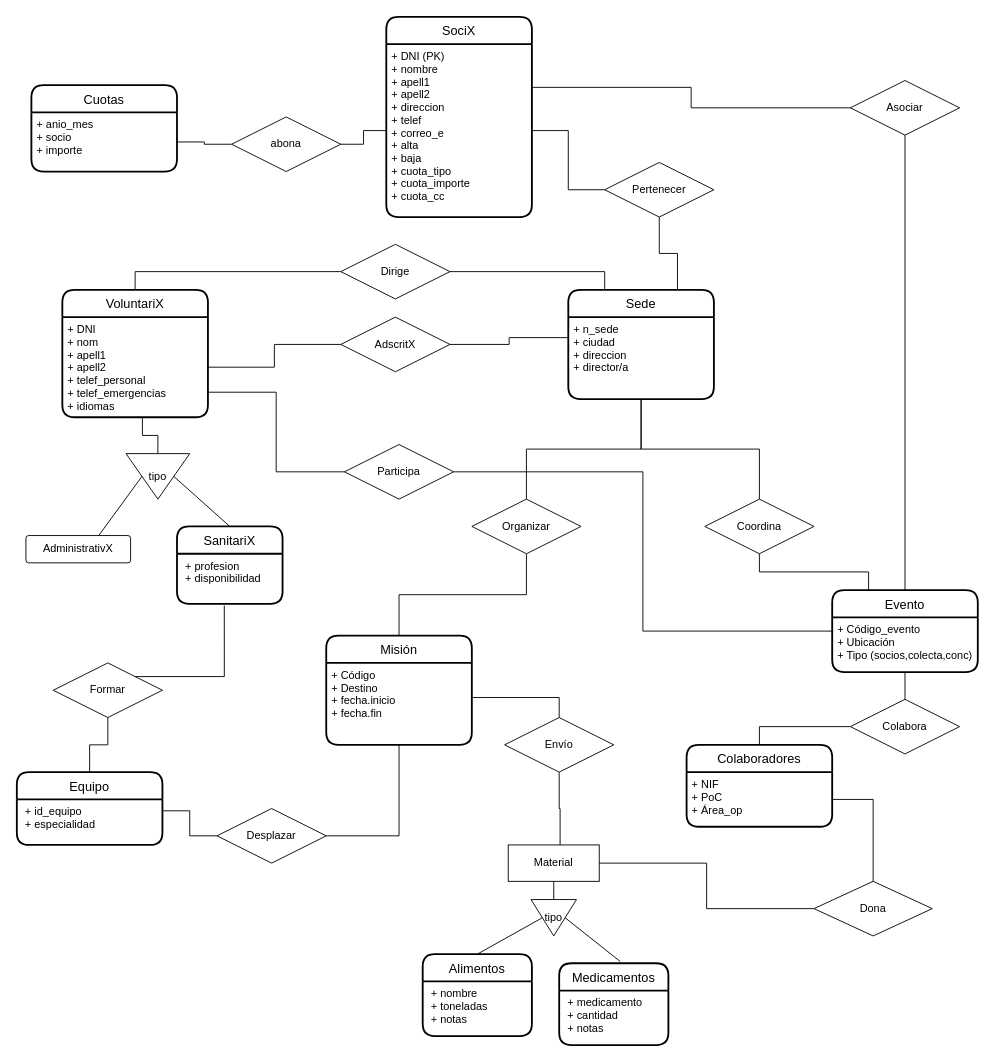
gonzaleztroyano/ASIR2-ASGBD-P1 keeps this draw.io diagram as ASIR2.ASGBD.P1.ER.PabloGonzález.drawio. Above is the earlier version. Source tidied: cells renumbered, new cells numbered last; positions are measured from the earlier drawing's top-left corner, leaving out a move shared by most shapes. Both pictures are drawn from the tidied source at 91%, with x=0, y=0 at pixel (16, 16).
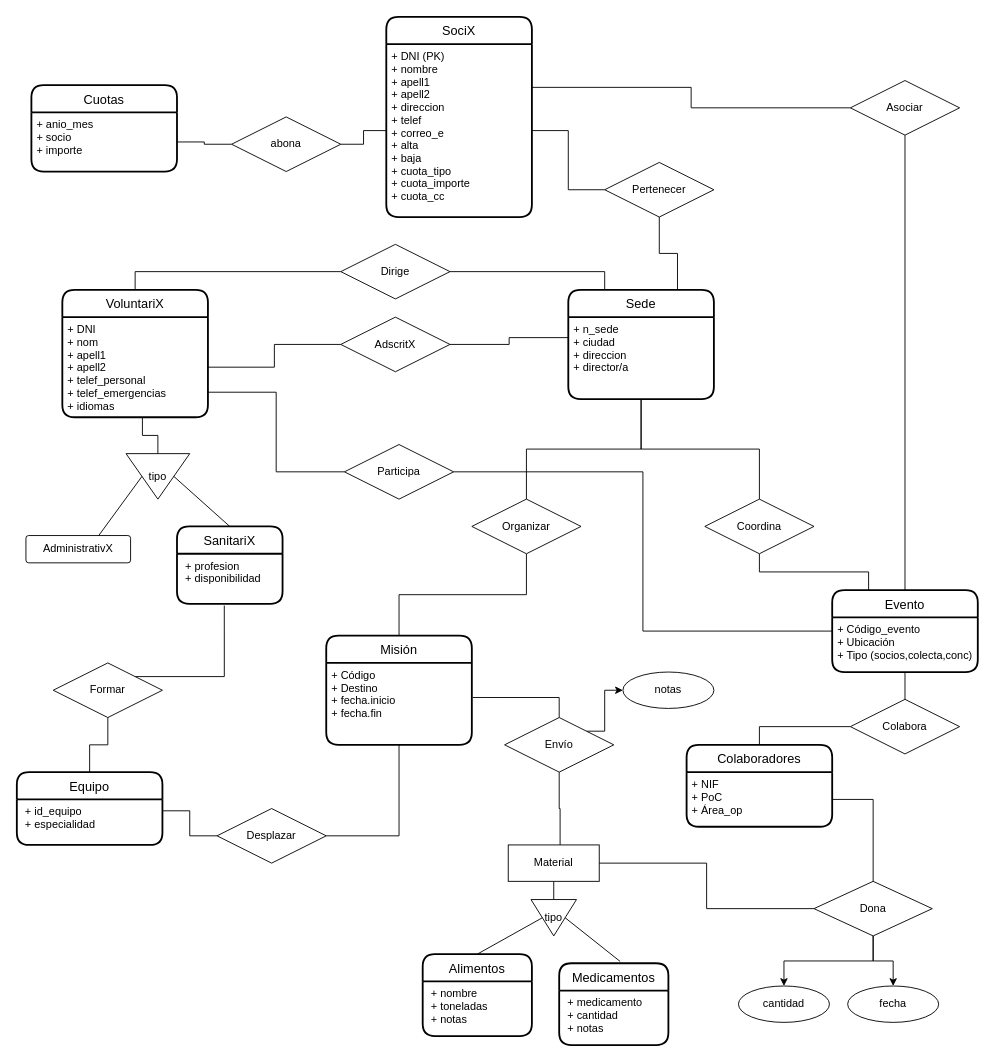
The same page after the edit.

Unchanged cells that the change refers to:
```xml
<mxCell id="30" value="Envío" style="shape=rhombus;perimeter=rhombusPerimeter;whiteSpace=wrap;html=1;align=center;" parent="1" vertex="1">
  <mxGeometry x="536" y="770" width="120" height="60" as="geometry" />
</mxCell>
<mxCell id="70" value="Dona" style="shape=rhombus;perimeter=rhombusPerimeter;whiteSpace=wrap;html=1;align=center;" parent="1" vertex="1">
  <mxGeometry x="876" y="950" width="130" height="60" as="geometry" />
</mxCell>
```

What changed in the source:
```diff
@@
+    <mxCell id="75" style="edgeStyle=orthogonalEdgeStyle;rounded=0;jettySize=auto;html=1;exitX=1;exitY=0;exitDx=0;exitDy=0;entryX=0;entryY=0.5;entryDx=0;entryDy=0;" parent="1" edge="1" source="30" target="80">
+      <mxGeometry relative="1" as="geometry">
+        <Array as="points">
+          <mxPoint x="646" y="785" />
+          <mxPoint x="646" y="740" />
+        </Array>
+      </mxGeometry>
+    </mxCell>
@@
+    <mxCell id="76" style="edgeStyle=orthogonalEdgeStyle;rounded=0;jettySize=auto;html=1;exitX=0.5;exitY=1;exitDx=0;exitDy=0;" parent="1" edge="1" source="70" target="79">
+      <mxGeometry relative="1" as="geometry" />
+    </mxCell>
+    <mxCell id="77" style="edgeStyle=orthogonalEdgeStyle;rounded=0;jettySize=auto;html=1;exitX=0.5;exitY=1;exitDx=0;exitDy=0;entryX=0.5;entryY=0;entryDx=0;entryDy=0;" parent="1" edge="1" source="70" target="78">
+      <mxGeometry relative="1" as="geometry" />
+    </mxCell>
@@
+    <mxCell id="78" value="fecha" style="ellipse;whiteSpace=wrap;html=1;align=center;" parent="1" vertex="1">
+      <mxGeometry x="913" y="1065" width="100" height="40" as="geometry" />
+    </mxCell>
+    <mxCell id="79" value="cantidad" style="ellipse;whiteSpace=wrap;html=1;align=center;" parent="1" vertex="1">
+      <mxGeometry x="793" y="1065" width="100" height="40" as="geometry" />
+    </mxCell>
+    <mxCell id="80" value="notas" style="ellipse;whiteSpace=wrap;html=1;align=center;" parent="1" vertex="1">
+      <mxGeometry x="666" y="720" width="100" height="40" as="geometry" />
+    </mxCell>
```
